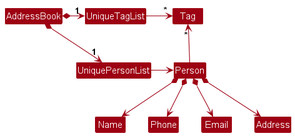
AY2627S1-CS2103T-W14-3/tp keeps this PlantUML diagram as images/BetterModelClassDiagram.png. Above is the earlier version.
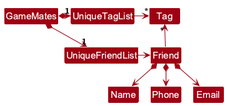
The same file after the commit.

What changed in the source:
```diff
@@ -1,21 +1,21 @@
 @startuml
+!pragma layout smetana
 !include style.puml
 skinparam arrowThickness 1.1
 skinparam arrowColor MODEL_COLOR
 skinparam classBackgroundColor MODEL_COLOR
 
-AddressBook *-right-> "1" UniquePersonList
-AddressBook *-right-> "1" UniqueTagList
-UniqueTagList -[hidden]down- UniquePersonList
-UniqueTagList -[hidden]down- UniquePersonList
+GameMates *-right-> "1" UniqueFriendList
+GameMates *-right-> "1" UniqueTagList
+UniqueTagList -[hidden]down- UniqueFriendList
+UniqueTagList -[hidden]down- UniqueFriendList
 
 UniqueTagList -right-> "*" Tag
-UniquePersonList -right-> Person
+UniqueFriendList -right-> Friend
 
-Person -up-> "*" Tag
+Friend -up-> "*" Tag
 
-Person *--> Name
-Person *--> Phone
-Person *--> Email
-Person *--> Address
+Friend *--> Name
+Friend *--> Phone
+Friend *--> Email
 @enduml
```
